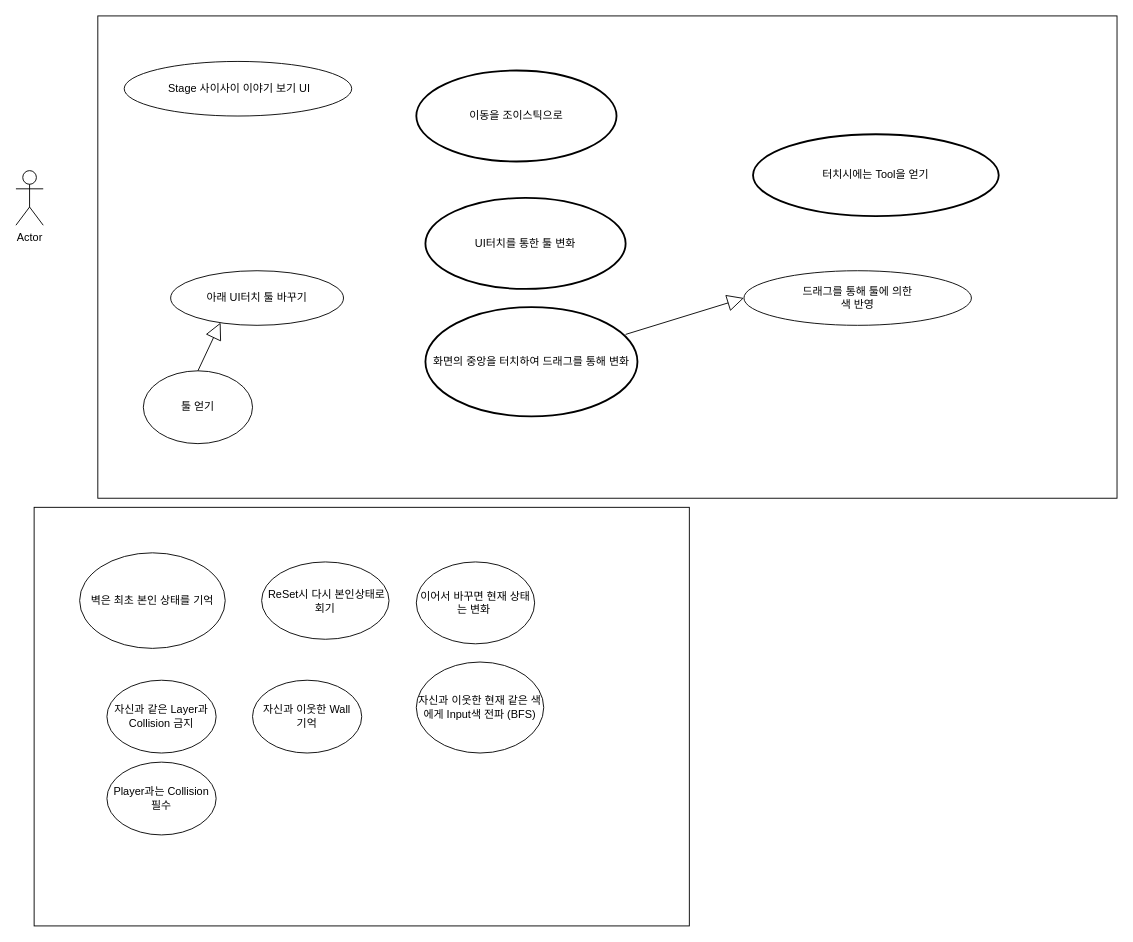
Above: page "페이지-1" (1 of 2) of 2021_Summer_Vacation.drawio in ParkSeongTeak/2021_Summer_Vacation (draw.io), before the change. Source tidied: cells renumbered, new cells numbered last; positions are measured from the earlier drawing's top-left corner, leaving out a move shared by most shapes. Both pictures are drawn from the tidied source at 91%, with x=0, y=0 at pixel (15, 15).
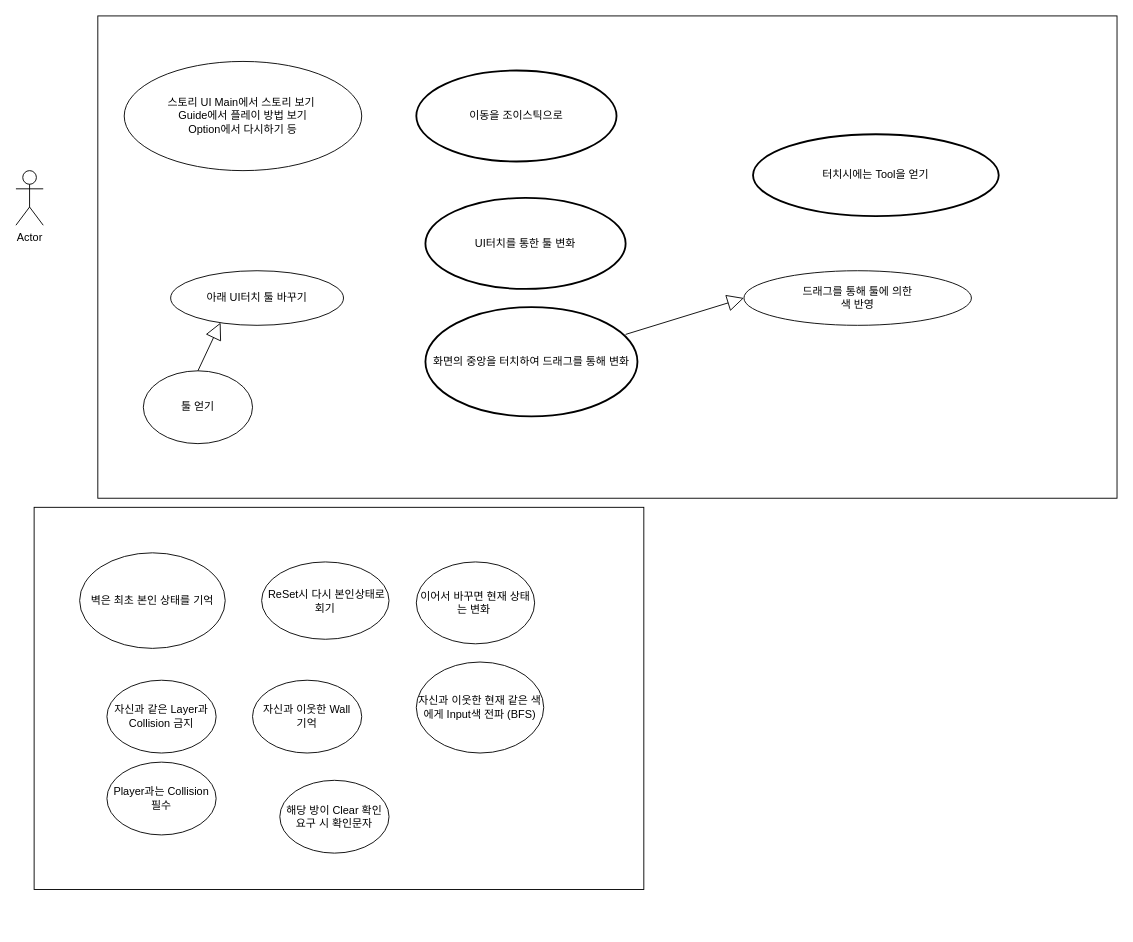
The same page after the edit.

What changed in the source:
```diff
@@
-    <mxCell id="6" value="&amp;nbsp;Stage 사이사이 이야기 보기 UI" style="ellipse;whiteSpace=wrap;html=1;" parent="1" vertex="1">
-      <mxGeometry x="119" y="50" width="250" height="60" as="geometry" />
+    <mxCell id="6" value="스토리 UI Main에서 스토리 보기&amp;nbsp;&lt;br&gt;Guide에서 플레이 방법 보기&lt;br&gt;Option에서 다시하기 등&lt;br&gt;" style="ellipse;whiteSpace=wrap;html=1;" parent="1" vertex="1">
+      <mxGeometry x="119" y="50" width="261" height="120" as="geometry" />
     </mxCell>
@@
     <mxCell id="12" style="rounded=0;whiteSpace=wrap;html=1;" parent="1" vertex="1">
-      <mxGeometry x="20" y="540" width="720" height="460" as="geometry" />
+      <mxGeometry x="20" y="540" width="670" height="420" as="geometry" />
     </mxCell>
@@
+    <mxCell id="22" value="해당 방이 Clear 확인 요구 시 확인문자" style="ellipse;whiteSpace=wrap;html=1;" parent="1" vertex="1">
+      <mxGeometry x="290" y="840" width="120" height="80" as="geometry" />
+    </mxCell>
```
